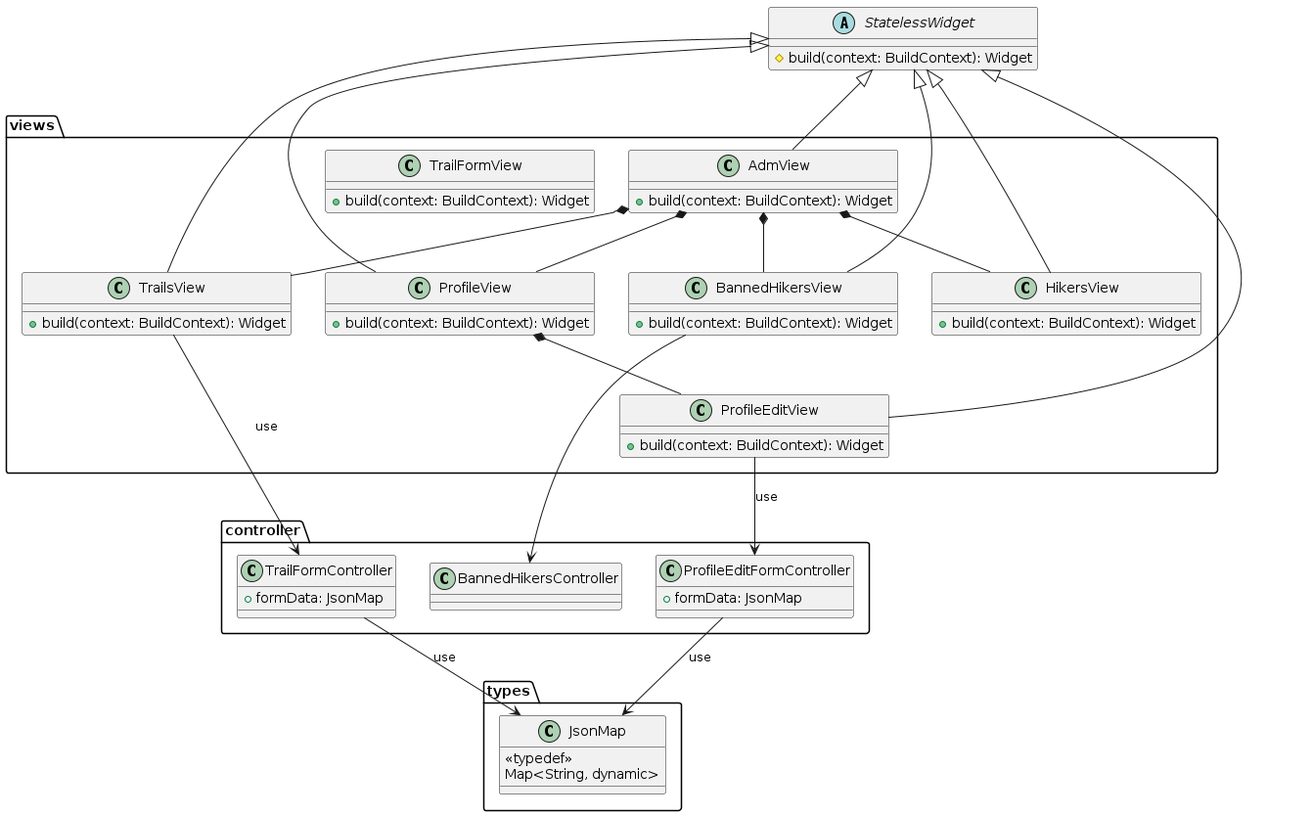
Before: docs/diagrams/out/class_diagrams/pe_na_pedra_class_diagram_8.png, a diagram exported from PlantUML (tiagors09/pe_na_pedra).
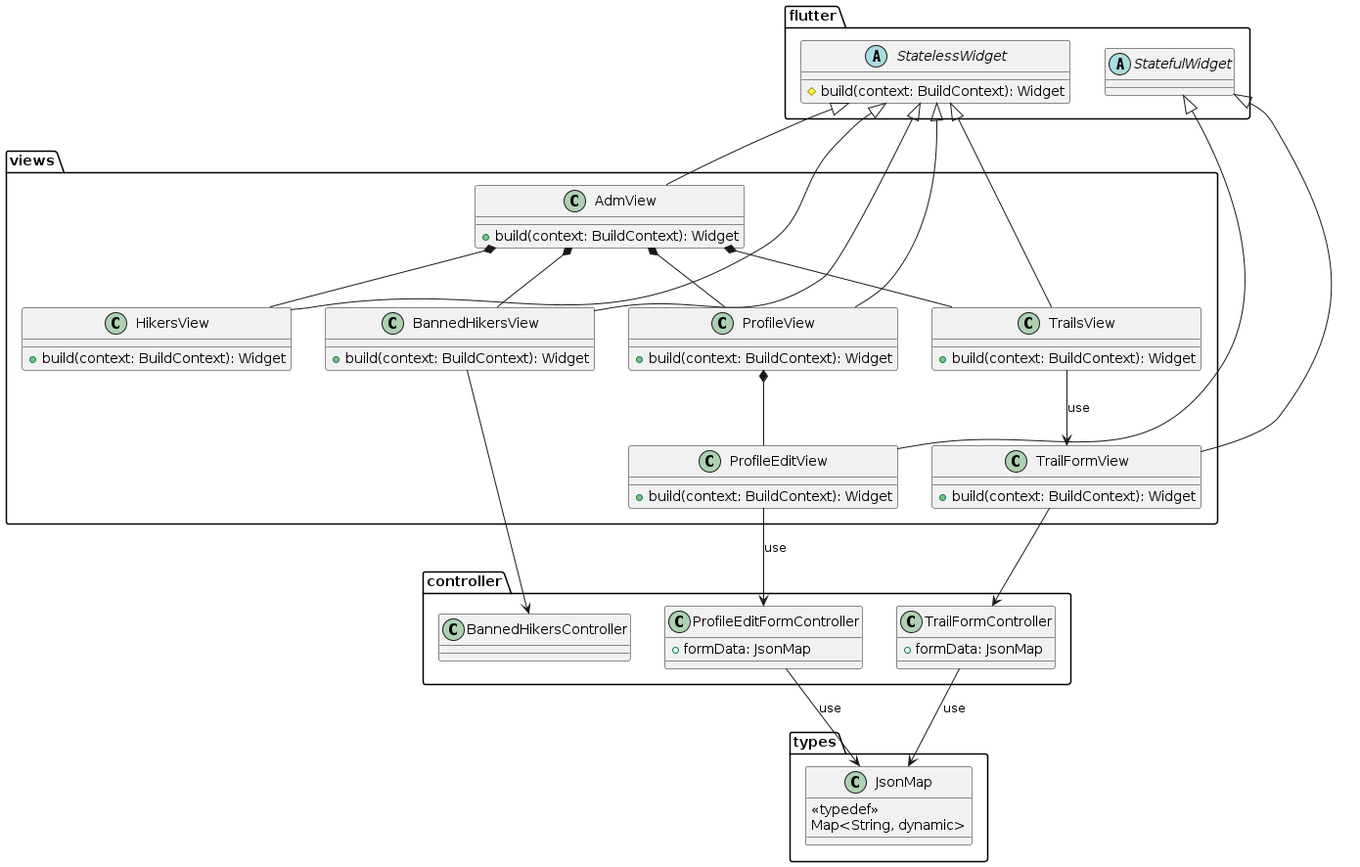
Above is the later version.

Diff of the diagram source:
```diff
@@ -6,8 +6,12 @@
   }
 }
 
-abstract class StatelessWidget {
+package flutter {
+  abstract class StatelessWidget {
   # build(context: BuildContext): Widget
+  }
+
+  abstract class StatefulWidget
 }
 
 package controller {
@@ -54,7 +58,7 @@
 
 StatelessWidget <|-- AdmView
 StatelessWidget <|-- ProfileView
-StatelessWidget <|-- ProfileEditView
+StatefulWidget <|-- ProfileEditView
 StatelessWidget <|-- TrailsView
 StatelessWidget <|-- BannedHikersView
 StatelessWidget <|-- HikersView
@@ -65,11 +69,15 @@
 AdmView *-- BannedHikersView
 AdmView *-- HikersView
 
-TrailsView --> TrailFormController : use
+TrailsView --> TrailFormView : use
 ProfileEditView --> ProfileEditFormController : use
 
 TrailFormController --> JsonMap : use
 ProfileEditFormController --> JsonMap : use
 
 BannedHikersView --> BannedHikersController
+
+TrailFormView --> TrailFormController
+
+StatefulWidget <|-- TrailFormView
 @enduml
```
